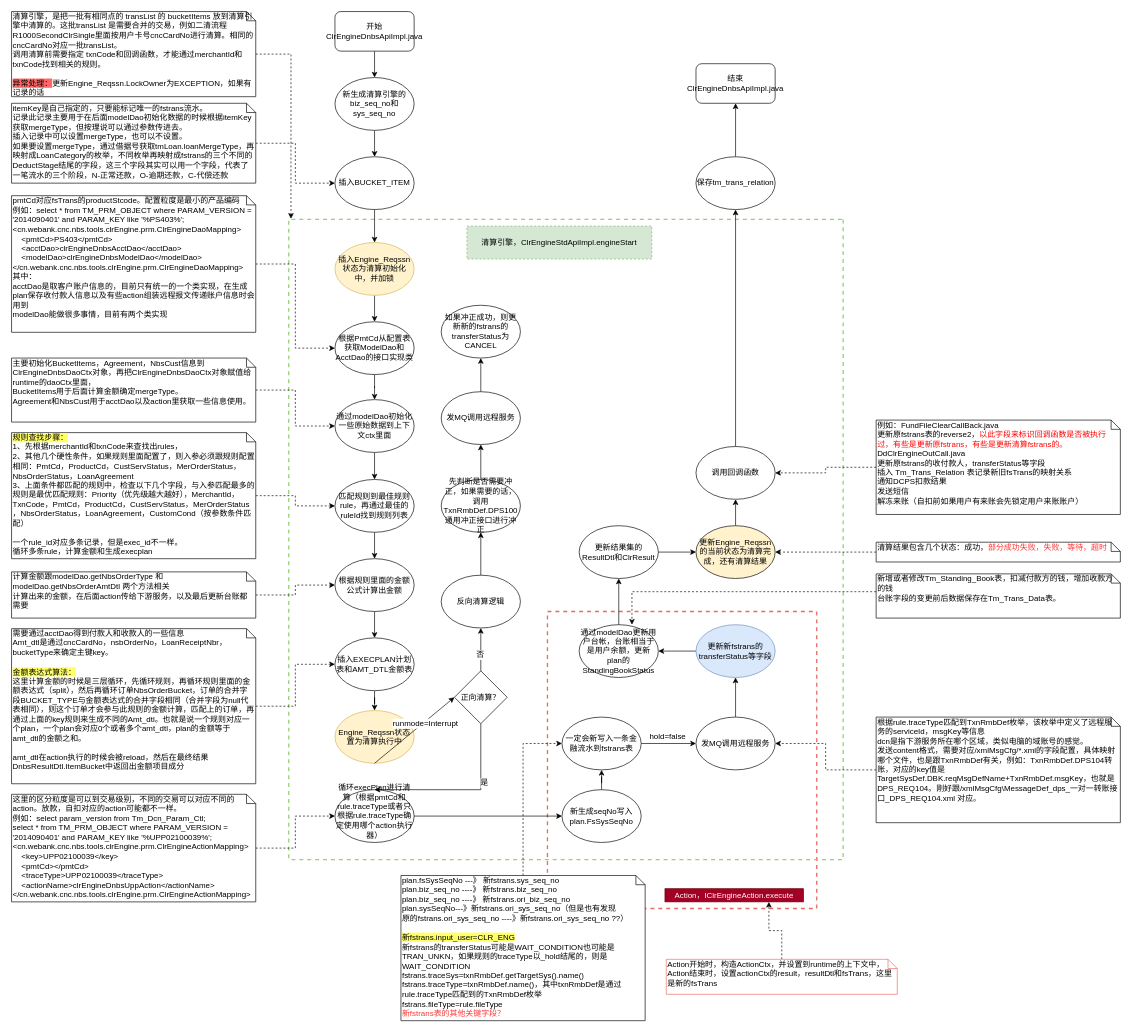
Earlier version of the draw.io diagram 清算引擎.drawio (staconfree/design). Source tidied: cells renumbered, new cells numbered last; positions are measured from the earlier drawing's top-left corner, leaving out a move shared by most shapes. Both pictures are drawn from the tidied source at 66%, with x=0, y=0 at pixel (11, 11).
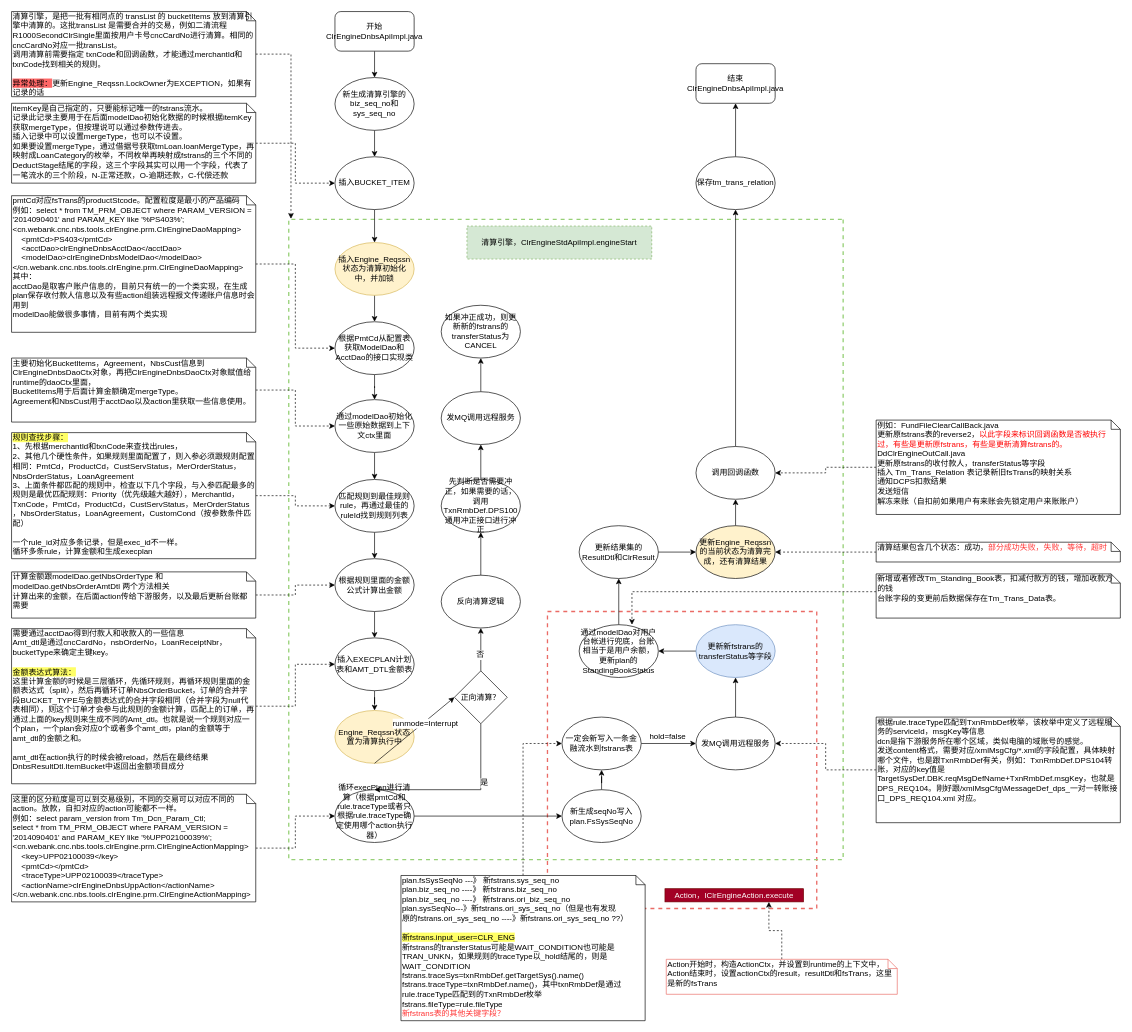
After the change.

Commit message:
更新清算引擎.drawio

Change to the diagram source:
```diff
@@
-    <mxCell id="41" value="通过modelDao更新用户台帐，台账相当于是用户余额，更新plan的StandingBookStatus" style="ellipse;whiteSpace=wrap;html=1;" parent="1" vertex="1">
+    <mxCell id="41" value="通过modelDao对用户台帐进行兜底，台账相当于是用户余额，更新plan的StandingBookStatus" style="ellipse;whiteSpace=wrap;html=1;" parent="1" vertex="1">
       <mxGeometry x="860" y="929" width="120" height="80" as="geometry" />
     </mxCell>
```
